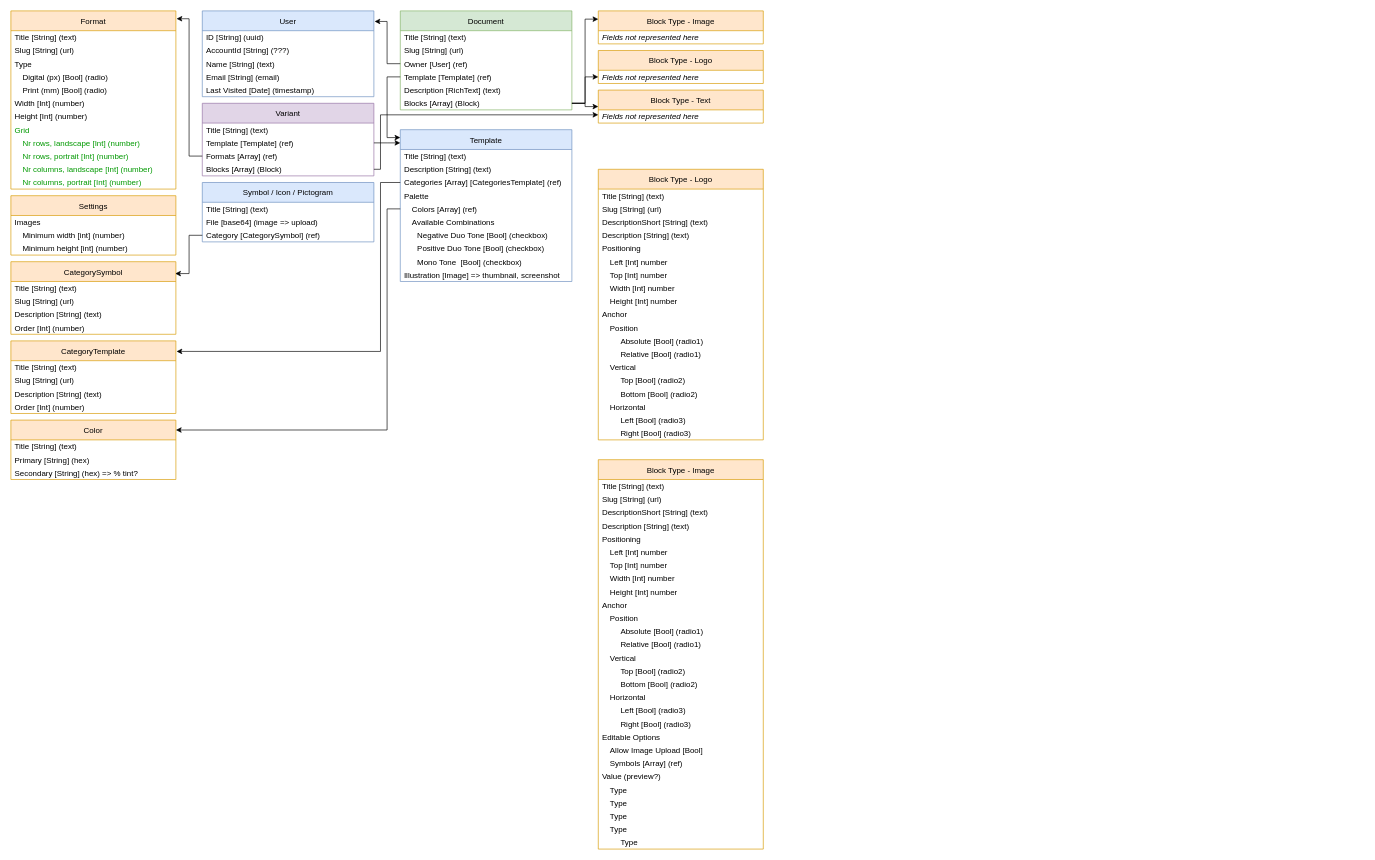
Above: root/DesignmaskinCurrent2.drawio in dreamyguy/drawio (draw.io), before the change. Source tidied: cells renumbered, new cells numbered last; positions are measured from the earlier drawing's top-left corner, leaving out a move shared by most shapes. Both pictures are drawn from the tidied source at 66%, with x=0, y=0 at pixel (11, 11).
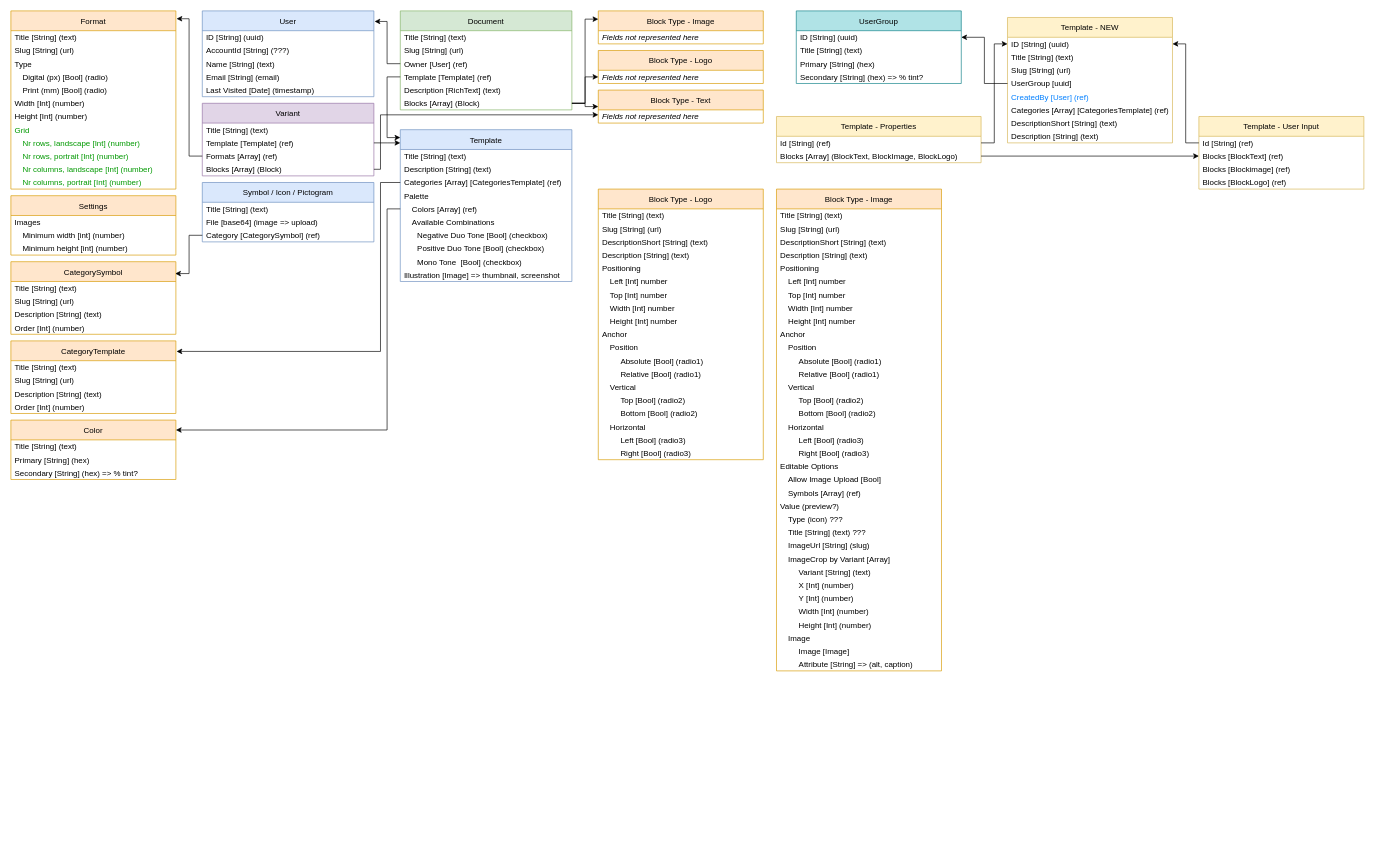
The same page after the edit.

Diff of the diagram source:
```diff
@@
     <mxCell id="83" value="Block Type - Logo" style="swimlane;fontStyle=0;horizontal=1;startSize=30;fillColor=#ffe6cc;strokeColor=#d79b00;" parent="1" vertex="1">
-      <mxGeometry x="890" y="240" width="250" height="410" as="geometry" />
+      <mxGeometry x="890" y="270" width="250" height="410" as="geometry" />
     </mxCell>
@@
     <mxCell id="103" value="Block Type - Image" style="swimlane;fontStyle=0;horizontal=1;startSize=30;fillColor=#ffe6cc;strokeColor=#d79b00;" parent="1" vertex="1">
-      <mxGeometry x="890" y="680" width="250" height="590" as="geometry" />
+      <mxGeometry x="1160" y="270" width="250" height="730" as="geometry" />
     </mxCell>
@@
-    <mxCell id="127" value="Type" style="text;strokeColor=none;fillColor=none;align=left;verticalAlign=middle;spacingLeft=16;spacingRight=4;overflow=hidden;" parent="103" vertex="1">
+    <mxCell id="127" value="Type (icon) ???" style="text;strokeColor=none;fillColor=none;align=left;verticalAlign=middle;spacingLeft=16;spacingRight=4;overflow=hidden;" parent="103" vertex="1">
       <mxGeometry y="490" width="250" height="20" as="geometry" />
     </mxCell>
-    <mxCell id="128" value="Type" style="text;strokeColor=none;fillColor=none;align=left;verticalAlign=middle;spacingLeft=16;spacingRight=4;overflow=hidden;" parent="103" vertex="1">
+    <mxCell id="128" value="Title [String] (text) ???" style="text;strokeColor=none;fillColor=none;align=left;verticalAlign=middle;spacingLeft=16;spacingRight=4;overflow=hidden;" parent="103" vertex="1">
       <mxGeometry y="510" width="250" height="20" as="geometry" />
     </mxCell>
-    <mxCell id="129" value="Type" style="text;strokeColor=none;fillColor=none;align=left;verticalAlign=middle;spacingLeft=16;spacingRight=4;overflow=hidden;" parent="103" vertex="1">
+    <mxCell id="129" value="ImageUrl [String] (slug)" style="text;strokeColor=none;fillColor=none;align=left;verticalAlign=middle;spacingLeft=16;spacingRight=4;overflow=hidden;" parent="103" vertex="1">
       <mxGeometry y="530" width="250" height="20" as="geometry" />
     </mxCell>
-    <mxCell id="130" value="Type" style="text;strokeColor=none;fillColor=none;align=left;verticalAlign=middle;spacingLeft=16;spacingRight=4;overflow=hidden;" parent="103" vertex="1">
+    <mxCell id="130" value="ImageCrop by Variant [Array]" style="text;strokeColor=none;fillColor=none;align=left;verticalAlign=middle;spacingLeft=16;spacingRight=4;overflow=hidden;" parent="103" vertex="1">
       <mxGeometry y="550" width="250" height="20" as="geometry" />
     </mxCell>
-    <mxCell id="131" value="Type" style="text;strokeColor=none;fillColor=none;align=left;verticalAlign=middle;spacingLeft=32;spacingRight=4;overflow=hidden;" parent="103" vertex="1">
+    <mxCell id="131" value="Variant [String] (text)" style="text;strokeColor=none;fillColor=none;align=left;verticalAlign=middle;spacingLeft=32;spacingRight=4;overflow=hidden;" parent="103" vertex="1">
       <mxGeometry y="570" width="250" height="20" as="geometry" />
     </mxCell>
+    <mxCell id="132" value="X [Int] (number)" style="text;strokeColor=none;fillColor=none;align=left;verticalAlign=middle;spacingLeft=32;spacingRight=4;overflow=hidden;" parent="103" vertex="1">
+      <mxGeometry y="590" width="250" height="20" as="geometry" />
+    </mxCell>
+    <mxCell id="133" value="Y [Int] (number)" style="text;strokeColor=none;fillColor=none;align=left;verticalAlign=middle;spacingLeft=32;spacingRight=4;overflow=hidden;" parent="103" vertex="1">
+      <mxGeometry y="610" width="250" height="20" as="geometry" />
+    </mxCell>
+    <mxCell id="134" value="Width [Int] (number)" style="text;strokeColor=none;fillColor=none;align=left;verticalAlign=middle;spacingLeft=32;spacingRight=4;overflow=hidden;" parent="103" vertex="1">
+      <mxGeometry y="630" width="250" height="20" as="geometry" />
+    </mxCell>
+    <mxCell id="135" value="Height [Int] (number)" style="text;strokeColor=none;fillColor=none;align=left;verticalAlign=middle;spacingLeft=32;spacingRight=4;overflow=hidden;" parent="103" vertex="1">
+      <mxGeometry y="650" width="250" height="20" as="geometry" />
+    </mxCell>
+    <mxCell id="136" value="Image" style="text;strokeColor=none;fillColor=none;align=left;verticalAlign=middle;spacingLeft=16;spacingRight=4;overflow=hidden;" parent="103" vertex="1">
+      <mxGeometry y="670" width="250" height="20" as="geometry" />
+    </mxCell>
+    <mxCell id="137" value="Image [Image]" style="text;strokeColor=none;fillColor=none;align=left;verticalAlign=middle;spacingLeft=32;spacingRight=4;overflow=hidden;" parent="103" vertex="1">
+      <mxGeometry y="690" width="250" height="20" as="geometry" />
+    </mxCell>
+    <mxCell id="138" value="Attribute [String] =&gt; (alt, caption)" style="text;strokeColor=none;fillColor=none;align=left;verticalAlign=middle;spacingLeft=32;spacingRight=4;overflow=hidden;" parent="103" vertex="1">
+      <mxGeometry y="710" width="250" height="20" as="geometry" />
+    </mxCell>
+    <mxCell id="139" value="Template - Properties" style="swimlane;fontStyle=0;horizontal=1;startSize=30;fillColor=#fff2cc;strokeColor=#d6b656;" parent="1" vertex="1">
+      <mxGeometry x="1160" y="160" width="310" height="70" as="geometry" />
+    </mxCell>
+    <mxCell id="140" value="Id [String] (ref)" style="text;strokeColor=none;fillColor=none;align=left;verticalAlign=middle;spacingLeft=4;spacingRight=4;overflow=hidden;points=[[0,0.5],[1,0.5]];portConstraint=eastwest;spacing=2;" parent="139" vertex="1">
+      <mxGeometry y="30" width="310" height="20" as="geometry" />
+    </mxCell>
+    <mxCell id="141" value="Blocks [Array] (BlockText, BlockImage, BlockLogo)" style="text;strokeColor=none;fillColor=none;align=left;verticalAlign=middle;spacingLeft=4;spacingRight=4;overflow=hidden;points=[[0,0.5],[1,0.5]];portConstraint=eastwest;spacing=2;" parent="139" vertex="1">
+      <mxGeometry y="50" width="310" height="20" as="geometry" />
+    </mxCell>
+    <mxCell id="142" value="Template - User Input" style="swimlane;fontStyle=0;horizontal=1;startSize=30;fillColor=#fff2cc;strokeColor=#d6b656;" parent="1" vertex="1">
+      <mxGeometry x="1800" y="160" width="250" height="110" as="geometry" />
+    </mxCell>
+    <mxCell id="143" value="Id [String] (ref)" style="text;strokeColor=none;fillColor=none;align=left;verticalAlign=middle;spacingLeft=4;spacingRight=4;overflow=hidden;points=[[0,0.5],[1,0.5]];portConstraint=eastwest;spacing=2;" parent="142" vertex="1">
+      <mxGeometry y="30" width="250" height="20" as="geometry" />
+    </mxCell>
+    <mxCell id="144" value="Blocks [BlockText] (ref)" style="text;strokeColor=none;fillColor=none;align=left;verticalAlign=middle;spacingLeft=4;spacingRight=4;overflow=hidden;points=[[0,0.5],[1,0.5]];portConstraint=eastwest;spacing=2;" parent="142" vertex="1">
+      <mxGeometry y="50" width="250" height="20" as="geometry" />
+    </mxCell>
+    <mxCell id="145" value="Blocks [Blockimage] (ref)" style="text;strokeColor=none;fillColor=none;align=left;verticalAlign=middle;spacingLeft=4;spacingRight=4;overflow=hidden;spacing=2;" parent="142" vertex="1">
+      <mxGeometry y="70" width="250" height="20" as="geometry" />
+    </mxCell>
+    <mxCell id="146" value="Blocks [BlockLogo] (ref)" style="text;strokeColor=none;fillColor=none;align=left;verticalAlign=middle;spacingLeft=4;spacingRight=4;overflow=hidden;spacing=2;" parent="142" vertex="1">
+      <mxGeometry y="90" width="250" height="20" as="geometry" />
+    </mxCell>
+    <mxCell id="147" value="Template - NEW" style="swimlane;fontStyle=0;horizontal=1;startSize=30;fillColor=#fff2cc;strokeColor=#d6b656;" parent="1" vertex="1">
+      <mxGeometry x="1510" y="10" width="250" height="190" as="geometry" />
+    </mxCell>
+    <mxCell id="148" value="ID [String] (uuid)" style="text;strokeColor=none;fillColor=none;align=left;verticalAlign=middle;spacingLeft=4;spacingRight=4;overflow=hidden;points=[[0,0.5],[1,0.5]];portConstraint=eastwest;spacing=2;" parent="147" vertex="1">
+      <mxGeometry y="30" width="250" height="20" as="geometry" />
+    </mxCell>
+    <mxCell id="149" value="Title [String] (text)" style="text;strokeColor=none;fillColor=none;align=left;verticalAlign=middle;spacingLeft=4;spacingRight=4;overflow=hidden;spacing=2;" parent="147" vertex="1">
+      <mxGeometry y="50" width="250" height="20" as="geometry" />
+    </mxCell>
+    <mxCell id="150" value="Slug [String] (url)" style="text;strokeColor=none;fillColor=none;align=left;verticalAlign=middle;spacingLeft=4;spacingRight=4;overflow=hidden;" parent="147" vertex="1">
+      <mxGeometry y="70" width="250" height="20" as="geometry" />
+    </mxCell>
+    <mxCell id="151" value="UserGroup [uuid]" style="text;strokeColor=none;fillColor=none;align=left;verticalAlign=middle;spacingLeft=4;spacingRight=4;overflow=hidden;points=[[0,0.5],[1,0.5]];portConstraint=eastwest;" parent="147" vertex="1">
+      <mxGeometry y="90" width="250" height="20" as="geometry" />
+    </mxCell>
+    <mxCell id="152" value="CreatedBy [User] (ref)" style="text;strokeColor=none;fillColor=none;align=left;verticalAlign=middle;spacingLeft=4;spacingRight=4;overflow=hidden;fontColor=#007FFF;" parent="147" vertex="1">
+      <mxGeometry y="110" width="250" height="20" as="geometry" />
+    </mxCell>
+    <mxCell id="153" value="Categories [Array] [CategoriesTemplate] (ref)" style="text;strokeColor=none;fillColor=none;align=left;verticalAlign=middle;spacingLeft=4;spacingRight=4;overflow=hidden;" parent="147" vertex="1">
+      <mxGeometry y="130" width="250" height="20" as="geometry" />
+    </mxCell>
+    <mxCell id="154" value="DescriptionShort [String] (text)" style="text;strokeColor=none;fillColor=none;align=left;verticalAlign=middle;spacingLeft=4;spacingRight=4;overflow=hidden;" parent="147" vertex="1">
+      <mxGeometry y="150" width="250" height="20" as="geometry" />
+    </mxCell>
+    <mxCell id="155" value="Description [String] (text)" style="text;strokeColor=none;fillColor=none;align=left;verticalAlign=middle;spacingLeft=4;spacingRight=4;overflow=hidden;" parent="147" vertex="1">
+      <mxGeometry y="170" width="250" height="20" as="geometry" />
+    </mxCell>
+    <mxCell id="156" style="edgeStyle=orthogonalEdgeStyle;rounded=0;jettySize=auto;html=1;exitX=1;exitY=0.5;exitDx=0;exitDy=0;entryX=0;entryY=0.5;entryDx=0;entryDy=0;" parent="1" edge="1" source="141" target="144">
+      <mxGeometry relative="1" as="geometry" />
+    </mxCell>
+    <mxCell id="157" style="edgeStyle=orthogonalEdgeStyle;rounded=0;jettySize=auto;html=1;exitX=0;exitY=0.5;exitDx=0;exitDy=0;entryX=1;entryY=0.5;entryDx=0;entryDy=0;fontColor=#007FFF;" parent="1" edge="1" source="143" target="148">
+      <mxGeometry relative="1" as="geometry" />
+    </mxCell>
+    <mxCell id="158" style="edgeStyle=orthogonalEdgeStyle;rounded=0;jettySize=auto;html=1;exitX=1;exitY=0.5;exitDx=0;exitDy=0;entryX=0;entryY=0.5;entryDx=0;entryDy=0;fontColor=#007FFF;" parent="1" edge="1" source="140" target="148">
+      <mxGeometry relative="1" as="geometry" />
+    </mxCell>
+    <mxCell id="159" value="UserGroup" style="swimlane;fontStyle=0;horizontal=1;startSize=30;fillColor=#b0e3e6;strokeColor=#0e8088;" parent="1" vertex="1">
+      <mxGeometry x="1190" width="250" height="110" as="geometry" />
+    </mxCell>
+    <mxCell id="160" value="ID [String] (uuid)" style="text;strokeColor=none;fillColor=none;align=left;verticalAlign=middle;spacingLeft=4;spacingRight=4;overflow=hidden;points=[[0,0.5],[1,0.5]];portConstraint=eastwest;spacing=2;" parent="159" vertex="1">
+      <mxGeometry y="30" width="250" height="20" as="geometry" />
+    </mxCell>
+    <mxCell id="161" value="Title [String] (text)" style="text;strokeColor=none;fillColor=none;align=left;verticalAlign=middle;spacingLeft=4;spacingRight=4;overflow=hidden;spacing=2;" parent="159" vertex="1">
+      <mxGeometry y="50" width="250" height="20" as="geometry" />
+    </mxCell>
+    <mxCell id="162" value="Primary [String] (hex)" style="text;strokeColor=none;fillColor=none;align=left;verticalAlign=middle;spacingLeft=4;spacingRight=4;overflow=hidden;" parent="159" vertex="1">
+      <mxGeometry y="70" width="250" height="20" as="geometry" />
+    </mxCell>
+    <mxCell id="163" value="Secondary [String] (hex) =&gt; % tint?" style="text;strokeColor=none;fillColor=none;align=left;verticalAlign=middle;spacingLeft=4;spacingRight=4;overflow=hidden;" parent="159" vertex="1">
+      <mxGeometry y="90" width="250" height="20" as="geometry" />
+    </mxCell>
+    <mxCell id="164" style="edgeStyle=orthogonalEdgeStyle;rounded=0;jettySize=auto;html=1;exitX=0;exitY=0.5;exitDx=0;exitDy=0;entryX=1;entryY=0.5;entryDx=0;entryDy=0;fontColor=#006600;" parent="1" edge="1" source="151" target="160">
+      <mxGeometry relative="1" as="geometry" />
+    </mxCell>
```
